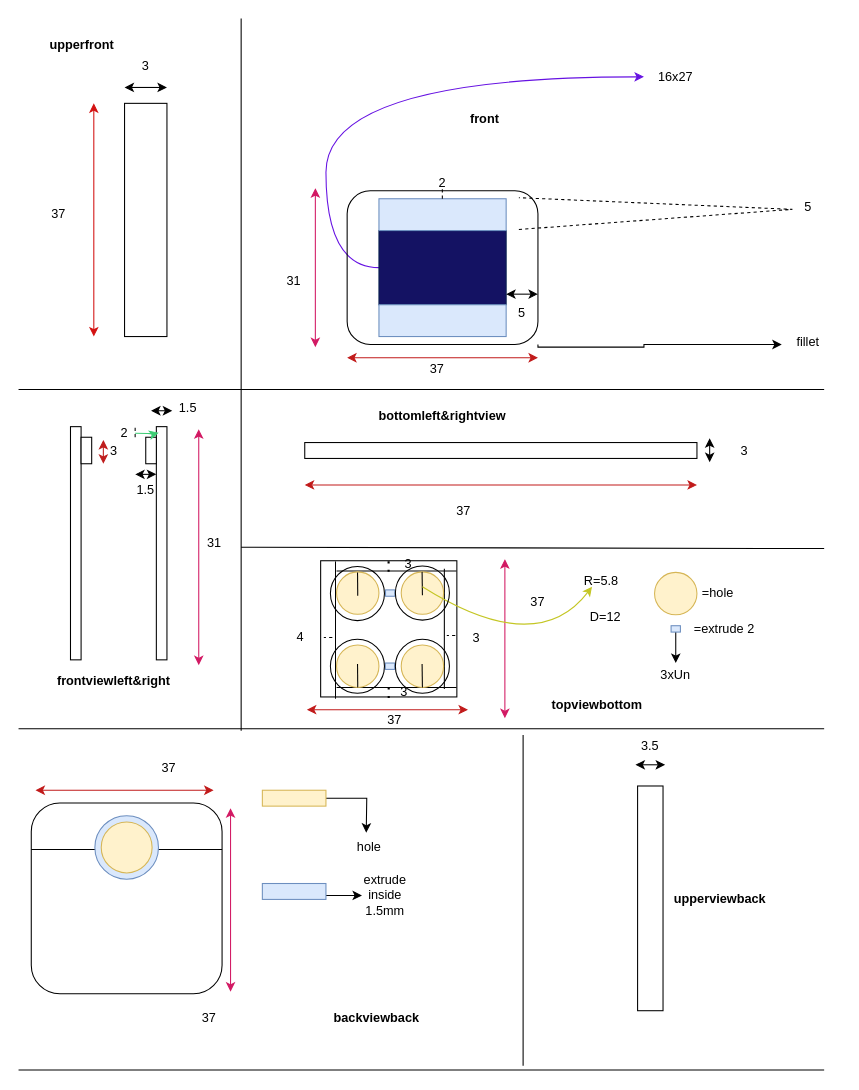
Earlier version of the draw.io diagram outer design.drawio (ovishak777/Epoxy). Source tidied: cells renumbered, new cells numbered last; positions are measured from the earlier drawing's top-left corner, leaving out a move shared by most shapes. Both pictures are drawn from the tidied source at 106%, with x=0, y=0 at pixel (18, 18).
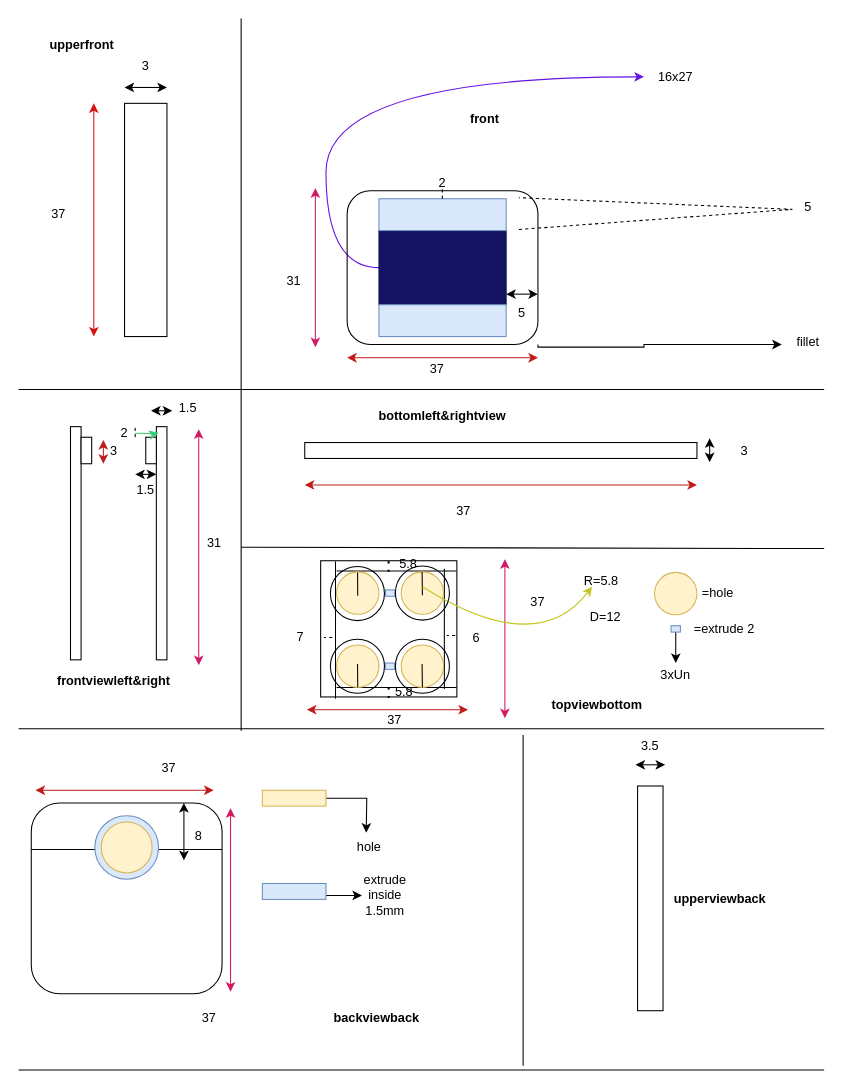
The same diagram, later.

The edit, as a diff of the source:
```diff
@@
-    <mxCell id="71" value="3" style="text;html=1;whiteSpace=wrap;strokeColor=none;fillColor=none;align=center;verticalAlign=middle;rounded=0;" parent="1" vertex="1">
+    <mxCell id="71" value="5.8" style="text;html=1;whiteSpace=wrap;strokeColor=none;fillColor=none;align=center;verticalAlign=middle;rounded=0;" parent="1" vertex="1">
       <mxGeometry x="356" y="511.5" width="24" height="7.5" as="geometry" />
     </mxCell>
@@
-    <mxCell id="73" value="3" style="text;html=1;whiteSpace=wrap;strokeColor=none;fillColor=none;align=center;verticalAlign=middle;rounded=0;" parent="1" vertex="1">
+    <mxCell id="73" value="5.8" style="text;html=1;whiteSpace=wrap;strokeColor=none;fillColor=none;align=center;verticalAlign=middle;rounded=0;" parent="1" vertex="1">
       <mxGeometry x="352" y="632.5" width="24" height="7.5" as="geometry" />
     </mxCell>
@@
-    <mxCell id="88" value="4" style="text;html=1;whiteSpace=wrap;strokeColor=none;fillColor=none;align=center;verticalAlign=middle;rounded=0;" parent="1" vertex="1">
+    <mxCell id="88" value="7" style="text;html=1;whiteSpace=wrap;strokeColor=none;fillColor=none;align=center;verticalAlign=middle;rounded=0;" parent="1" vertex="1">
       <mxGeometry x="248" y="577.5" width="36" height="12" as="geometry" />
     </mxCell>
@@
-    <mxCell id="90" value="3" style="text;html=1;whiteSpace=wrap;strokeColor=none;fillColor=none;align=center;verticalAlign=middle;rounded=0;" parent="1" vertex="1">
+    <mxCell id="90" value="6" style="text;html=1;whiteSpace=wrap;strokeColor=none;fillColor=none;align=center;verticalAlign=middle;rounded=0;" parent="1" vertex="1">
       <mxGeometry x="420" y="581" width="24" height="7.5" as="geometry" />
     </mxCell>
@@
+    <mxCell id="115" style="endArrow=classic;startArrow=classic;html=1;rounded=0;" parent="1" edge="1">
+      <mxGeometry relative="1" as="geometry">
+        <mxPoint x="156" y="794" as="sourcePoint" />
+        <mxPoint x="156" y="740" as="targetPoint" />
+      </mxGeometry>
+    </mxCell>
+    <mxCell id="116" value="8" style="text;html=1;whiteSpace=wrap;strokeColor=none;fillColor=none;align=center;verticalAlign=middle;rounded=0;" parent="1" vertex="1">
+      <mxGeometry x="140" y="756" width="60" height="30" as="geometry" />
+    </mxCell>
```
